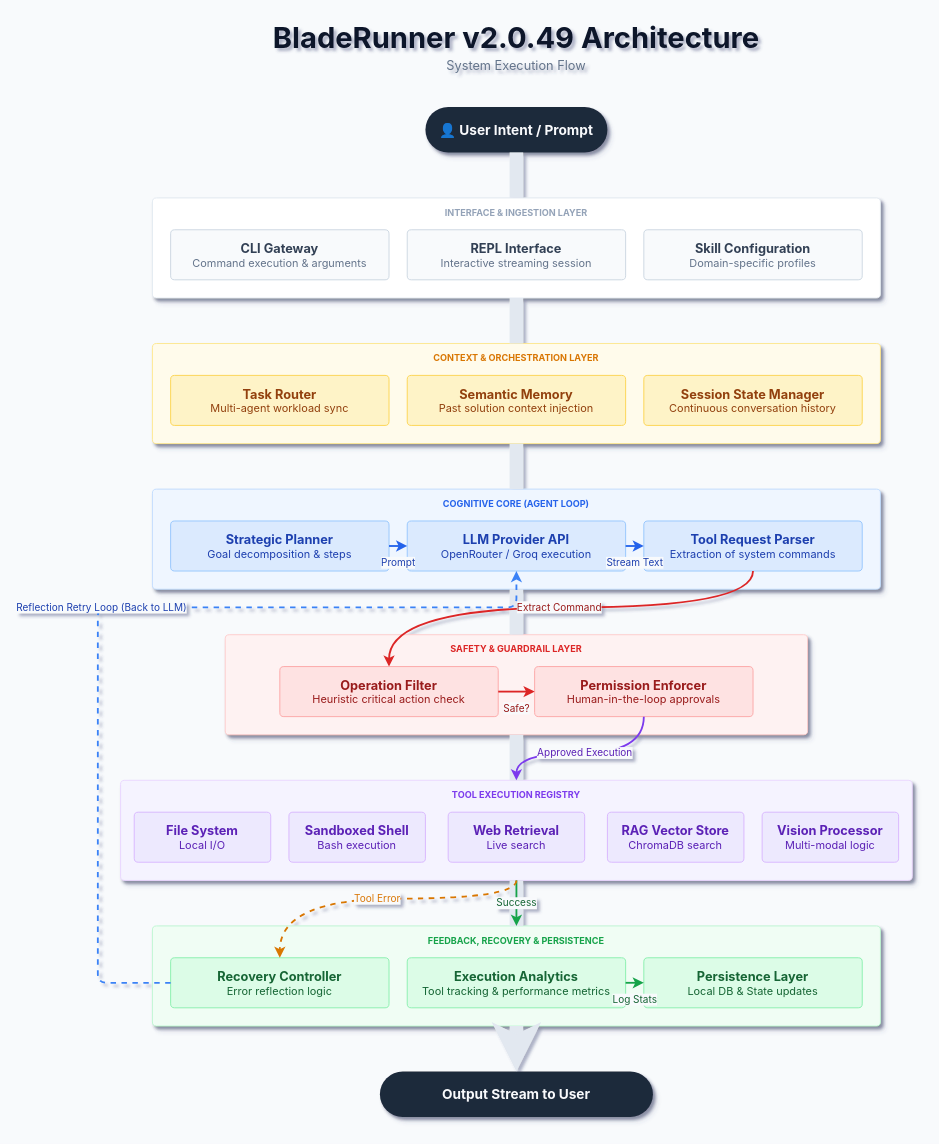
Before: docs/ARCHITECTURE (light).drawio in mann-127/BladeRunner, a draw.io diagram. Source tidied: cells renumbered, new cells numbered last; positions are measured from the earlier drawing's top-left corner, leaving out a move shared by most shapes. Both pictures are drawn from the tidied source at 91%, with x=0, y=0 at pixel (97, 15).
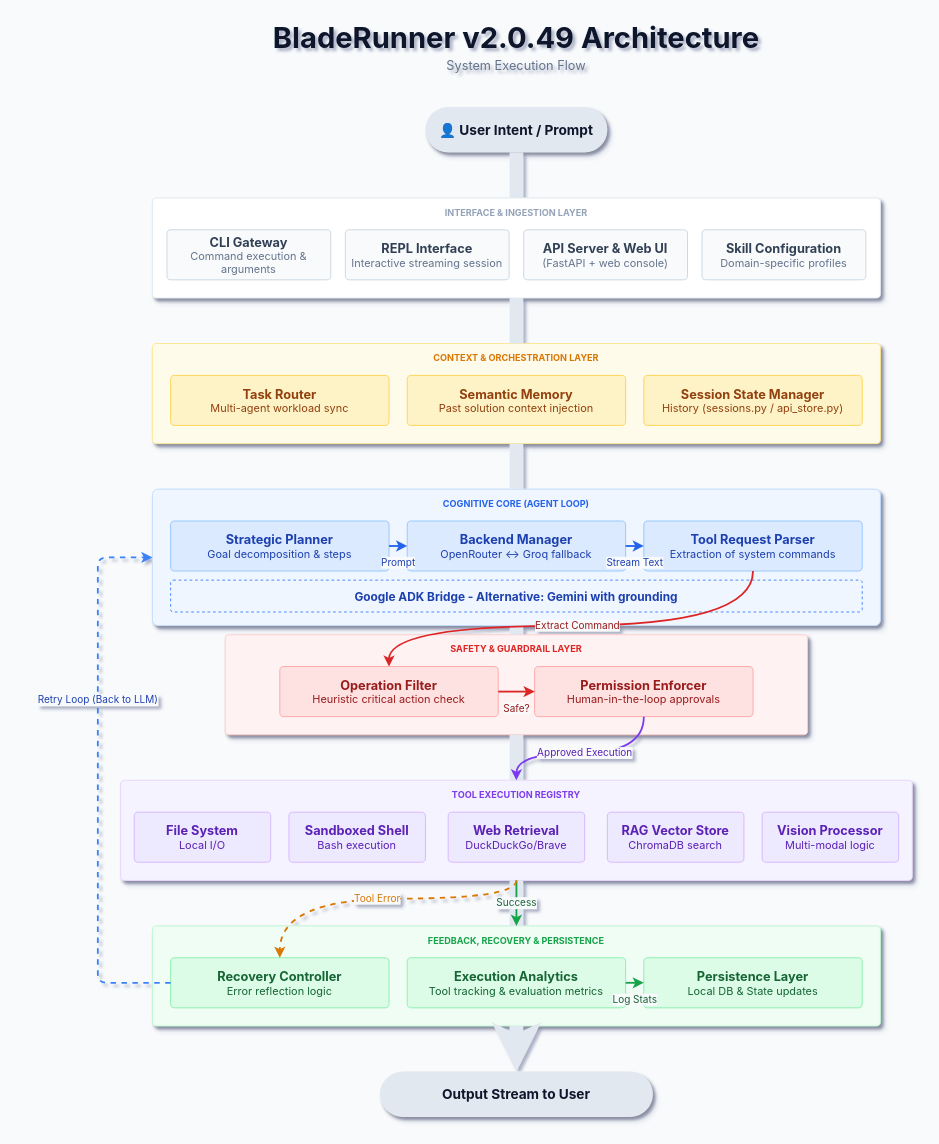
The same page after the edit.

The change refers to these unchanged cells:
```xml
<mxCell id="19" value="&lt;b style='font-size:14px'&gt;Tool Request Parser&lt;/b&gt;&lt;br&gt;&lt;span style='font-size:12px;color:#1E40AF'&gt;Extraction of system commands&lt;/span&gt;" style="rounded=1;whiteSpace=wrap;html=1;fillColor=#DBEAFE;strokeColor=#93C5FD;strokeWidth=1;fontColor=#1E40AF;fontFamily=Inter, sans-serif;arcSize=8;align=center;" parent="1" vertex="1">
  <mxGeometry x="600" y="555" width="240" height="55" as="geometry" />
</mxCell>
<mxCell id="22" value="&lt;b style='font-size:14px'&gt;Operation Filter&lt;/b&gt;&lt;br&gt;&lt;span style='font-size:12px;color:#991B1B'&gt;Heuristic critical action check&lt;/span&gt;" style="rounded=1;whiteSpace=wrap;html=1;fillColor=#FEE2E2;strokeColor=#FCA5A5;strokeWidth=1;fontColor=#991B1B;fontFamily=Inter, sans-serif;arcSize=8;align=center;" parent="1" vertex="1">
  <mxGeometry x="200" y="715" width="240" height="55" as="geometry" />
</mxCell>
<mxCell id="33" value="&lt;b style='font-size:14px'&gt;Recovery Controller&lt;/b&gt;&lt;br&gt;&lt;span style='font-size:12px;color:#166534'&gt;Error reflection logic&lt;/span&gt;" style="rounded=1;whiteSpace=wrap;html=1;fillColor=#DCFCE7;strokeColor=#86EFAC;strokeWidth=1;fontColor=#166534;fontFamily=Inter, sans-serif;arcSize=8;align=center;" parent="1" vertex="1">
  <mxGeometry x="80" y="1035" width="240" height="55" as="geometry" />
</mxCell>
```

What changed in the source:
```diff
@@
-    <mxCell id="4" value="👤 User Intent / Prompt" style="rounded=1;whiteSpace=wrap;html=1;fillColor=#1E293B;strokeColor=none;fontSize=15;fontStyle=1;fontColor=#F8FAFC;fontFamily=Inter, sans-serif;shadow=1;arcSize=50;" parent="1" vertex="1">
+    <mxCell id="4" value="👤 User Intent / Prompt" style="rounded=1;whiteSpace=wrap;html=1;fillColor=#E2E8F0;strokeColor=none;fontSize=15;fontStyle=1;fontColor=#0F172A;fontFamily=Inter, sans-serif;shadow=1;arcSize=50;" parent="1" vertex="1">
       <mxGeometry x="360" y="100" width="200" height="50" as="geometry" />
     </mxCell>
@@
     <mxCell id="7" value="&lt;b style='font-size:14px'&gt;CLI Gateway&lt;/b&gt;&lt;br&gt;&lt;span style='font-size:12px;color:#64748B'&gt;Command execution &amp; arguments&lt;/span&gt;" style="rounded=1;whiteSpace=wrap;html=1;fillColor=#F8FAFC;strokeColor=#CBD5E1;strokeWidth=1;fontColor=#334155;fontFamily=Inter, sans-serif;arcSize=8;align=center;" parent="1" vertex="1">
-      <mxGeometry x="80" y="235" width="240" height="55" as="geometry" />
+      <mxGeometry x="76" y="235" width="180" height="55" as="geometry" />
     </mxCell>
     <mxCell id="8" value="&lt;b style='font-size:14px'&gt;REPL Interface&lt;/b&gt;&lt;br&gt;&lt;span style='font-size:12px;color:#64748B'&gt;Interactive streaming session&lt;/span&gt;" style="rounded=1;whiteSpace=wrap;html=1;fillColor=#F8FAFC;strokeColor=#CBD5E1;strokeWidth=1;fontColor=#334155;fontFamily=Inter, sans-serif;arcSize=8;align=center;" parent="1" vertex="1">
-      <mxGeometry x="340" y="235" width="240" height="55" as="geometry" />
+      <mxGeometry x="272" y="235" width="180" height="55" as="geometry" />
     </mxCell>
+    <mxCell id="53" value="&lt;b style='font-size:14px'&gt;API Server &amp; Web UI&lt;/b&gt;&lt;br&gt;&lt;span style='font-size:12px;color:#64748B'&gt;(FastAPI + web console)&lt;/span&gt;" style="rounded=1;whiteSpace=wrap;html=1;fillColor=#F8FAFC;strokeColor=#CBD5E1;strokeWidth=1;fontColor=#334155;fontFamily=Inter, sans-serif;arcSize=8;align=center;" parent="1" vertex="1">
+      <mxGeometry x="468" y="235" width="180" height="55" as="geometry" />
+    </mxCell>
     <mxCell id="9" value="&lt;b style='font-size:14px'&gt;Skill Configuration&lt;/b&gt;&lt;br&gt;&lt;span style='font-size:12px;color:#64748B'&gt;Domain-specific profiles&lt;/span&gt;" style="rounded=1;whiteSpace=wrap;html=1;fillColor=#F8FAFC;strokeColor=#CBD5E1;strokeWidth=1;fontColor=#334155;fontFamily=Inter, sans-serif;arcSize=8;align=center;" parent="1" vertex="1">
-      <mxGeometry x="600" y="235" width="240" height="55" as="geometry" />
+      <mxGeometry x="664" y="235" width="180" height="55" as="geometry" />
     </mxCell>
@@
-    <mxCell id="14" value="&lt;b style='font-size:14px'&gt;Session State Manager&lt;/b&gt;&lt;br&gt;&lt;span style='font-size:12px;color:#92400E'&gt;Continuous conversation history&lt;/span&gt;" style="rounded=1;whiteSpace=wrap;html=1;fillColor=#FEF3C7;strokeColor=#FCD34D;strokeWidth=1;fontColor=#92400E;fontFamily=Inter, sans-serif;arcSize=8;align=center;" parent="1" vertex="1">
+    <mxCell id="14" value="&lt;b style='font-size:14px'&gt;Session State Manager&lt;/b&gt;&lt;br&gt;&lt;span style='font-size:12px;color:#92400E'&gt;History (sessions.py / api_store.py)&lt;/span&gt;" style="rounded=1;whiteSpace=wrap;html=1;fillColor=#FEF3C7;strokeColor=#FCD34D;strokeWidth=1;fontColor=#92400E;fontFamily=Inter, sans-serif;arcSize=8;align=center;" parent="1" vertex="1">
       <mxGeometry x="600" y="395" width="240" height="55" as="geometry" />
     </mxCell>
     <mxCell id="15" style="rounded=1;whiteSpace=wrap;html=1;fillColor=#EFF6FF;strokeColor=#BFDBFE;strokeWidth=1;shadow=1;arcSize=4;" parent="1" vertex="1">
-      <mxGeometry x="60" y="520" width="800" height="110" as="geometry" />
+      <mxGeometry x="60" y="520" width="800" height="150" as="geometry" />
     </mxCell>
@@
-    <mxCell id="18" value="&lt;b style='font-size:14px'&gt;LLM Provider API&lt;/b&gt;&lt;br&gt;&lt;span style='font-size:12px;color:#1E40AF'&gt;OpenRouter / Groq execution&lt;/span&gt;" style="rounded=1;whiteSpace=wrap;html=1;fillColor=#DBEAFE;strokeColor=#93C5FD;strokeWidth=1;fontColor=#1E40AF;fontFamily=Inter, sans-serif;arcSize=8;align=center;" parent="1" vertex="1">
+    <mxCell id="18" value="&lt;b style='font-size:14px'&gt;Backend Manager&lt;/b&gt;&lt;br&gt;&lt;span style='font-size:12px;color:#1E40AF'&gt;OpenRouter ↔ Groq fallback&lt;/span&gt;" style="rounded=1;whiteSpace=wrap;html=1;fillColor=#DBEAFE;strokeColor=#93C5FD;strokeWidth=1;fontColor=#1E40AF;fontFamily=Inter, sans-serif;arcSize=8;align=center;" parent="1" vertex="1">
       <mxGeometry x="340" y="555" width="240" height="55" as="geometry" />
     </mxCell>
@@
+    <mxCell id="54" value="&lt;b style='font-size:13px;color:#1E40AF'&gt;Google ADK Bridge - Alternative: Gemini with grounding&lt;/b&gt;" style="rounded=1;whiteSpace=wrap;html=1;fillColor=none;strokeColor=#3B82F6;strokeWidth=1;dashed=1;fontFamily=Inter, sans-serif;arcSize=8;align=center;" parent="1" vertex="1">
+      <mxGeometry x="80" y="620" width="760" height="35" as="geometry" />
+    </mxCell>
@@
-    <mxCell id="28" value="&lt;b style='font-size:14px'&gt;Web Retrieval&lt;/b&gt;&lt;br&gt;&lt;span style='font-size:12px;color:#5B21B6'&gt;Live search&lt;/span&gt;" style="rounded=1;whiteSpace=wrap;html=1;fillColor=#EDE9FE;strokeColor=#D8B4FE;strokeWidth=1;fontColor=#5B21B6;fontFamily=Inter, sans-serif;arcSize=8;align=center;" parent="1" vertex="1">
+    <mxCell id="28" value="&lt;b style='font-size:14px'&gt;Web Retrieval&lt;/b&gt;&lt;br&gt;&lt;span style='font-size:12px;color:#5B21B6'&gt;DuckDuckGo/Brave&lt;/span&gt;" style="rounded=1;whiteSpace=wrap;html=1;fillColor=#EDE9FE;strokeColor=#D8B4FE;strokeWidth=1;fontColor=#5B21B6;fontFamily=Inter, sans-serif;arcSize=8;align=center;" parent="1" vertex="1">
       <mxGeometry x="385" y="875" width="150" height="55" as="geometry" />
     </mxCell>
@@
-    <mxCell id="34" value="&lt;b style='font-size:14px'&gt;Execution Analytics&lt;/b&gt;&lt;br&gt;&lt;span style='font-size:12px;color:#166534'&gt;Tool tracking &amp; performance metrics&lt;/span&gt;" style="rounded=1;whiteSpace=wrap;html=1;fillColor=#DCFCE7;strokeColor=#86EFAC;strokeWidth=1;fontColor=#166534;fontFamily=Inter, sans-serif;arcSize=8;align=center;" parent="1" vertex="1">
+    <mxCell id="34" value="&lt;b style='font-size:14px'&gt;Execution Analytics&lt;/b&gt;&lt;br&gt;&lt;span style='font-size:12px;color:#166534'&gt;Tool tracking &amp; evaluation metrics&lt;/span&gt;" style="rounded=1;whiteSpace=wrap;html=1;fillColor=#DCFCE7;strokeColor=#86EFAC;strokeWidth=1;fontColor=#166534;fontFamily=Inter, sans-serif;arcSize=8;align=center;" parent="1" vertex="1">
       <mxGeometry x="340" y="1035" width="240" height="55" as="geometry" />
     </mxCell>
@@
-    <mxCell id="36" value="Output Stream to User" style="rounded=1;whiteSpace=wrap;html=1;fillColor=#1E293B;strokeColor=none;fontSize=15;fontStyle=1;fontColor=#F8FAFC;fontFamily=Inter, sans-serif;shadow=1;arcSize=50;" parent="1" vertex="1">
+    <mxCell id="36" value="Output Stream to User" style="rounded=1;whiteSpace=wrap;html=1;fillColor=#E2E8F0;strokeColor=none;fontSize=15;fontStyle=1;fontColor=#0F172A;fontFamily=Inter, sans-serif;shadow=1;arcSize=50;" parent="1" vertex="1">
       <mxGeometry x="310" y="1160" width="300" height="50" as="geometry" />
     </mxCell>
@@
     <mxCell id="40" style="endArrow=none;html=1;strokeColor=#E2E8F0;strokeWidth=15;" parent="1" edge="1">
       <mxGeometry relative="1" as="geometry">
-        <mxPoint x="460" y="630" as="sourcePoint" />
+        <mxPoint x="460" y="670" as="sourcePoint" />
         <mxPoint x="460" y="680" as="targetPoint" />
       </mxGeometry>
     </mxCell>
@@
     <mxCell id="46" value="Extract Command" style="endArrow=classic;html=1;strokeColor=#DC2626;strokeWidth=2;edgeStyle=orthogonalEdgeStyle;curved=1;fontFamily=Inter, sans-serif;fontSize=11;fontColor=#991B1B;labelBackgroundColor=#F8FAFC;" parent="1" edge="1" source="19" target="22">
       <mxGeometry relative="1" as="geometry">
         <Array as="points">
-          <mxPoint x="720" y="650" />
-          <mxPoint x="320" y="650" />
+          <mxPoint x="720" y="670" />
+          <mxPoint x="320" y="670" />
         </Array>
       </mxGeometry>
     </mxCell>
@@
-    <mxCell id="52" value="Reflection Retry Loop (Back to LLM)" style="endArrow=classic;html=1;strokeColor=#3B82F6;strokeWidth=2;dashed=1;edgeStyle=orthogonalEdgeStyle;rounded=1;fontFamily=Inter, sans-serif;fontSize=11;fontColor=#1E40AF;labelBackgroundColor=#F8FAFC;entryX=0.5;entryY=1;entryDx=0;entryDy=0;" parent="1" edge="1" source="33" target="18">
-      <mxGeometry relative="1" as="geometry">
+    <mxCell id="52" value="Retry Loop (Back to LLM)" style="endArrow=classic;html=1;strokeColor=#3B82F6;strokeWidth=2;dashed=1;edgeStyle=orthogonalEdgeStyle;rounded=1;fontFamily=Inter, sans-serif;fontSize=11;fontColor=#1E40AF;labelBackgroundColor=#F8FAFC;entryX=0;entryY=0.5;entryDx=0;entryDy=0;" parent="1" edge="1" source="33" target="15">
+      <mxGeometry x="0.29" relative="1" as="geometry">
         <Array as="points">
           <mxPoint y="1063" />
-          <mxPoint y="650" />
-          <mxPoint x="460" y="650" />
+          <mxPoint y="595" />
         </Array>
+        <mxPoint y="1" as="offset" />
       </mxGeometry>
     </mxCell>
```
